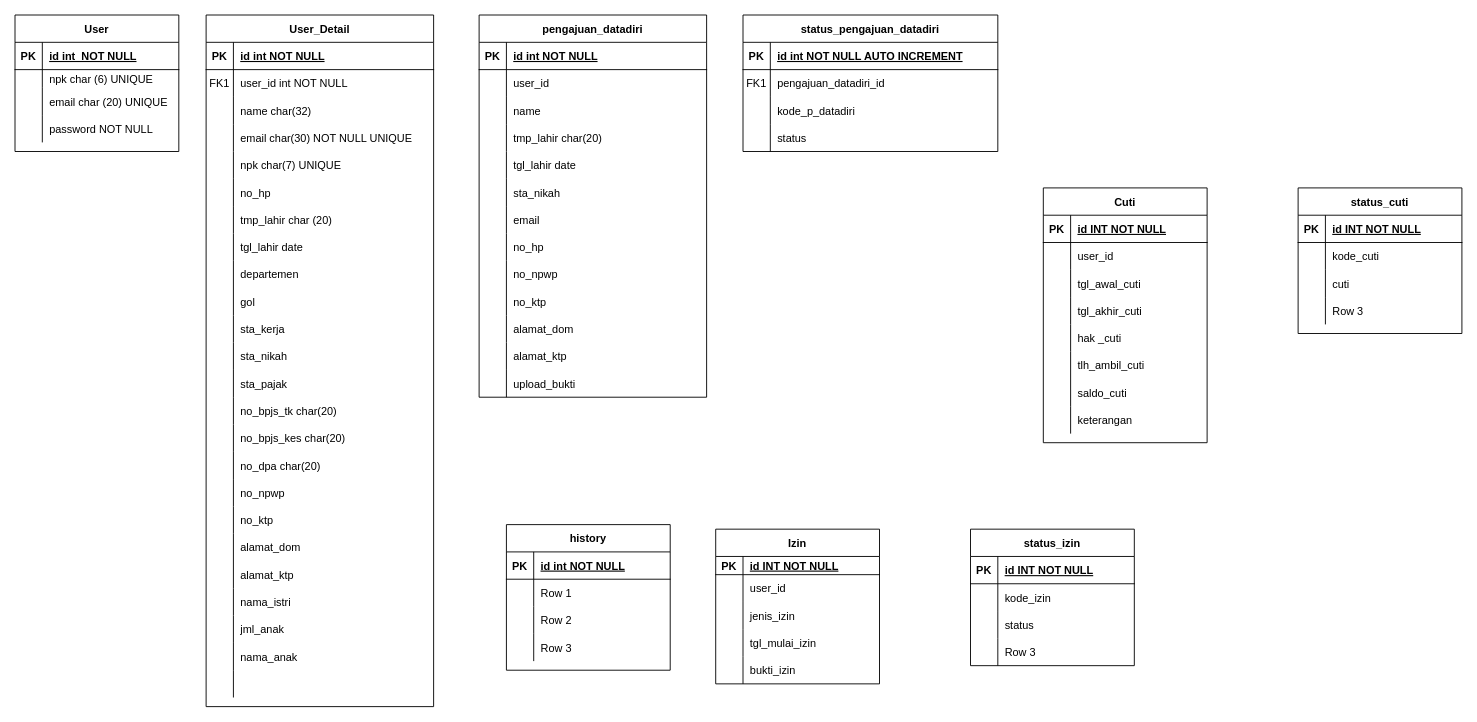
Before: ERDS1AR/ERD S1AR.drawio in magang-aiia/ERD-Diagram, a draw.io diagram. Source tidied: cells renumbered, new cells numbered last; positions are measured from the earlier drawing's top-left corner, leaving out a move shared by most shapes. Both pictures are drawn from the tidied source at 91%, with x=0, y=0 at pixel (15, 15).
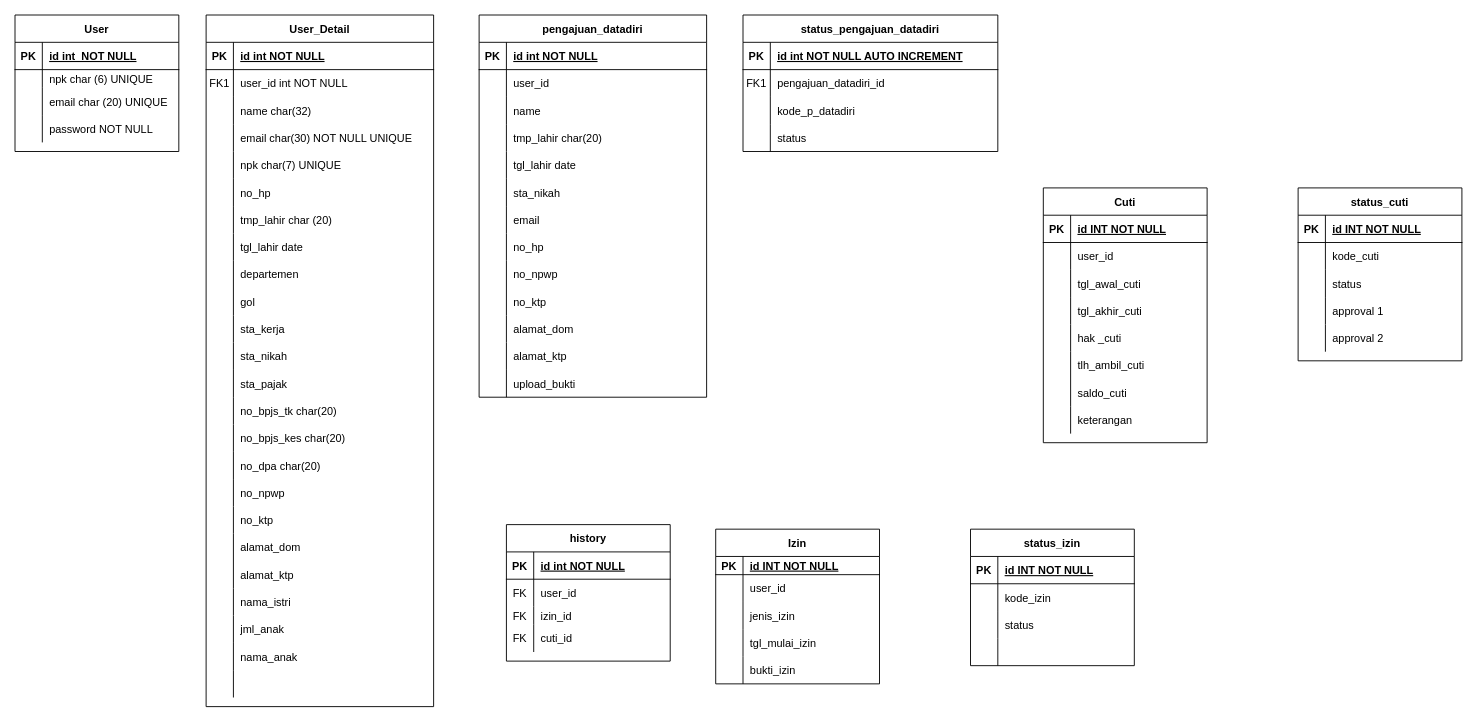
The same page after the edit.

Unchanged cells that the change refers to:
```xml
<mxCell id="189" style="shape=tableRow;horizontal=0;startSize=0;swimlaneHead=0;swimlaneBody=0;fillColor=none;top=0;left=0;right=0;bottom=0;rounded=0;" parent="182" vertex="1">
  <mxGeometry y="90" width="180" height="30" as="geometry" />
</mxCell>
<mxCell id="192" style="shape=tableRow;horizontal=0;startSize=0;swimlaneHead=0;swimlaneBody=0;fillColor=none;top=0;left=0;right=0;bottom=0;rounded=0;" parent="182" vertex="1">
  <mxGeometry y="120" width="180" height="30" as="geometry" />
</mxCell>
<mxCell id="205" style="shape=tableRow;horizontal=0;startSize=0;swimlaneHead=0;swimlaneBody=0;fillColor=none;top=0;left=0;right=0;bottom=0;rounded=0;" parent="195" vertex="1">
  <mxGeometry y="120" width="180" height="30" as="geometry" />
</mxCell>
<mxCell id="212" style="shape=tableRow;horizontal=0;startSize=0;swimlaneHead=0;swimlaneBody=0;fillColor=none;top=0;left=0;right=0;bottom=0;rounded=0;" parent="208" vertex="1">
  <mxGeometry y="60" width="180" height="30" as="geometry" />
</mxCell>
```

The edit, as a diff of the source:
```diff
@@
     <mxCell id="182" value="status_cuti" style="shape=table;startSize=30;childLayout=tableLayout;rowLines=0;fontStyle=1;align=center;rounded=0;" parent="1" vertex="1">
-      <mxGeometry x="1410" y="190" width="180" height="160" as="geometry" />
+      <mxGeometry x="1410" y="190" width="180" height="190" as="geometry" />
     </mxCell>
@@
-    <mxCell id="191" value="cuti" style="shape=partialRectangle;fillColor=none;top=0;left=0;bottom=0;right=0;align=left;spacingLeft=6;overflow=hidden;rounded=0;" parent="189" vertex="1">
+    <mxCell id="191" value="status" style="shape=partialRectangle;fillColor=none;top=0;left=0;bottom=0;right=0;align=left;spacingLeft=6;overflow=hidden;rounded=0;" parent="189" vertex="1">
       <mxGeometry x="30" width="150" height="30" as="geometry" />
     </mxCell>
@@
-    <mxCell id="194" value="Row 3" style="shape=partialRectangle;fillColor=none;top=0;left=0;bottom=0;right=0;align=left;spacingLeft=6;overflow=hidden;rounded=0;" parent="192" vertex="1">
+    <mxCell id="194" value="approval 1" style="shape=partialRectangle;fillColor=none;top=0;left=0;bottom=0;right=0;align=left;spacingLeft=6;overflow=hidden;rounded=0;" parent="192" vertex="1">
       <mxGeometry x="30" width="150" height="30" as="geometry" />
     </mxCell>
+    <mxCell id="221" style="shape=tableRow;horizontal=0;startSize=0;swimlaneHead=0;swimlaneBody=0;fillColor=none;top=0;left=0;right=0;bottom=0;rounded=0;" parent="182" vertex="1">
+      <mxGeometry y="150" width="180" height="30" as="geometry" />
+    </mxCell>
+    <mxCell id="222" style="shape=partialRectangle;fillColor=none;top=0;left=0;bottom=0;right=0;overflow=hidden;rounded=0;" parent="221" vertex="1">
+      <mxGeometry width="30" height="30" as="geometry" />
+    </mxCell>
+    <mxCell id="223" value="approval 2" style="shape=partialRectangle;fillColor=none;top=0;left=0;bottom=0;right=0;align=left;spacingLeft=6;overflow=hidden;rounded=0;" parent="221" vertex="1">
+      <mxGeometry x="30" width="150" height="30" as="geometry" />
+    </mxCell>
@@
-    <mxCell id="207" value="Row 3" style="shape=partialRectangle;fillColor=none;top=0;left=0;bottom=0;right=0;align=left;spacingLeft=6;overflow=hidden;rounded=0;" parent="205" vertex="1">
+    <mxCell id="207" style="shape=partialRectangle;fillColor=none;top=0;left=0;bottom=0;right=0;align=left;spacingLeft=6;overflow=hidden;rounded=0;" parent="205" vertex="1">
       <mxGeometry x="30" width="150" height="30" as="geometry" />
     </mxCell>
     <mxCell id="208" value="history" style="shape=table;startSize=30;childLayout=tableLayout;rowLines=0;fontStyle=1;align=center;rounded=0;" parent="1" vertex="1">
-      <mxGeometry x="540" y="560" width="180" height="160" as="geometry" />
+      <mxGeometry x="540" y="560" width="180" height="150" as="geometry" />
     </mxCell>
@@
-    <mxCell id="213" style="shape=partialRectangle;fillColor=none;top=0;left=0;bottom=0;right=0;overflow=hidden;rounded=0;" parent="212" vertex="1">
+    <mxCell id="213" value="FK" style="shape=partialRectangle;fillColor=none;top=0;left=0;bottom=0;right=0;overflow=hidden;rounded=0;" parent="212" vertex="1">
       <mxGeometry width="30" height="30" as="geometry" />
     </mxCell>
-    <mxCell id="214" value="Row 1" style="shape=partialRectangle;fillColor=none;top=0;left=0;bottom=0;right=0;align=left;spacingLeft=6;overflow=hidden;rounded=0;" parent="212" vertex="1">
+    <mxCell id="214" value="user_id" style="shape=partialRectangle;fillColor=none;top=0;left=0;bottom=0;right=0;align=left;spacingLeft=6;overflow=hidden;rounded=0;" parent="212" vertex="1">
       <mxGeometry x="30" width="150" height="30" as="geometry" />
     </mxCell>
     <mxCell id="215" style="shape=tableRow;horizontal=0;startSize=0;swimlaneHead=0;swimlaneBody=0;fillColor=none;top=0;left=0;right=0;bottom=0;rounded=0;" parent="208" vertex="1">
-      <mxGeometry y="90" width="180" height="30" as="geometry" />
+      <mxGeometry y="90" width="180" height="20" as="geometry" />
     </mxCell>
-    <mxCell id="216" style="shape=partialRectangle;fillColor=none;top=0;left=0;bottom=0;right=0;overflow=hidden;rounded=0;" parent="215" vertex="1">
-      <mxGeometry width="30" height="30" as="geometry" />
+    <mxCell id="216" value="FK" style="shape=partialRectangle;fillColor=none;top=0;left=0;bottom=0;right=0;overflow=hidden;rounded=0;" parent="215" vertex="1">
+      <mxGeometry width="30" height="20" as="geometry" />
     </mxCell>
-    <mxCell id="217" value="Row 2" style="shape=partialRectangle;fillColor=none;top=0;left=0;bottom=0;right=0;align=left;spacingLeft=6;overflow=hidden;rounded=0;" parent="215" vertex="1">
-      <mxGeometry x="30" width="150" height="30" as="geometry" />
+    <mxCell id="217" value="izin_id" style="shape=partialRectangle;fillColor=none;top=0;left=0;bottom=0;right=0;align=left;spacingLeft=6;overflow=hidden;rounded=0;" parent="215" vertex="1">
+      <mxGeometry x="30" width="150" height="20" as="geometry" />
     </mxCell>
     <mxCell id="218" style="shape=tableRow;horizontal=0;startSize=0;swimlaneHead=0;swimlaneBody=0;fillColor=none;top=0;left=0;right=0;bottom=0;rounded=0;" parent="208" vertex="1">
-      <mxGeometry y="120" width="180" height="30" as="geometry" />
+      <mxGeometry y="110" width="180" height="30" as="geometry" />
     </mxCell>
-    <mxCell id="219" style="shape=partialRectangle;fillColor=none;top=0;left=0;bottom=0;right=0;overflow=hidden;rounded=0;" parent="218" vertex="1">
+    <mxCell id="219" value="FK" style="shape=partialRectangle;fillColor=none;top=0;left=0;bottom=0;right=0;overflow=hidden;rounded=0;" parent="218" vertex="1">
       <mxGeometry width="30" height="30" as="geometry" />
     </mxCell>
-    <mxCell id="220" value="Row 3" style="shape=partialRectangle;fillColor=none;top=0;left=0;bottom=0;right=0;align=left;spacingLeft=6;overflow=hidden;rounded=0;" parent="218" vertex="1">
+    <mxCell id="220" value="cuti_id" style="shape=partialRectangle;fillColor=none;top=0;left=0;bottom=0;right=0;align=left;spacingLeft=6;overflow=hidden;rounded=0;" parent="218" vertex="1">
       <mxGeometry x="30" width="150" height="30" as="geometry" />
     </mxCell>
```
